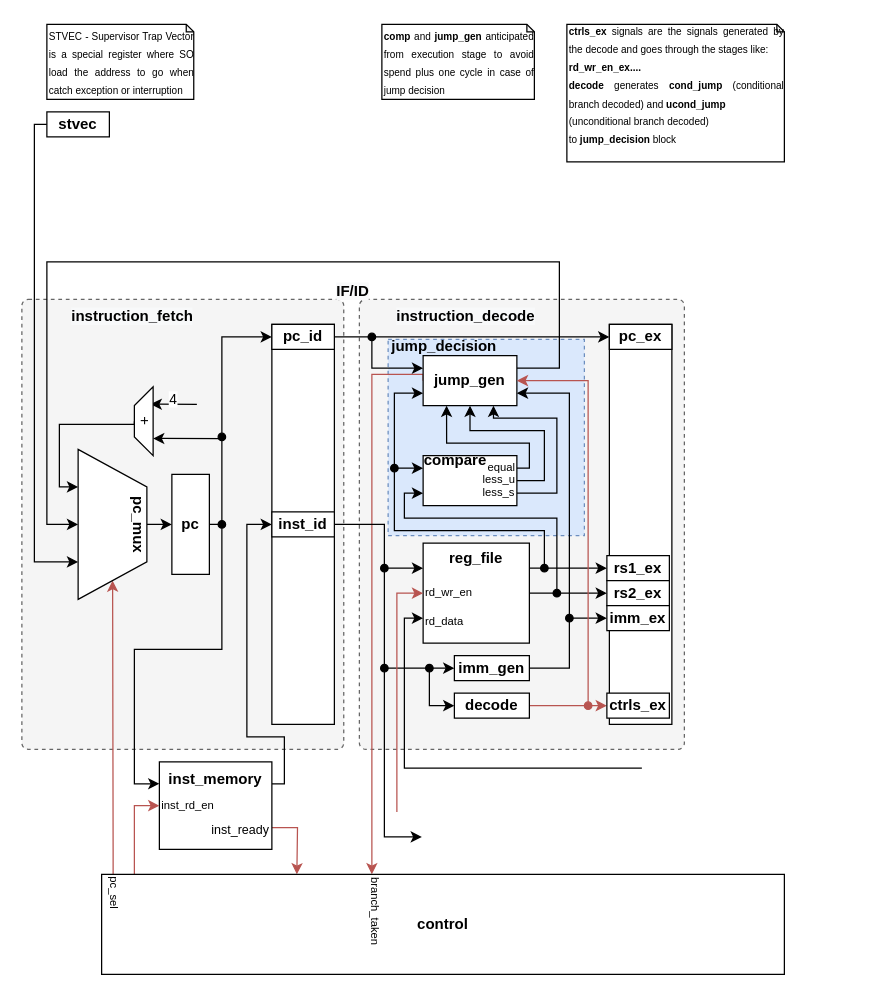
Earlier version of the draw.io diagram doc/figs/architecture.drawio (nelsonafn/riscv-small). Source tidied: cells renumbered, new cells numbered last; positions are measured from the earlier drawing's top-left corner, leaving out a move shared by most shapes. Both pictures are drawn from the tidied source at 125%, with x=0, y=0 at pixel (21, 24).
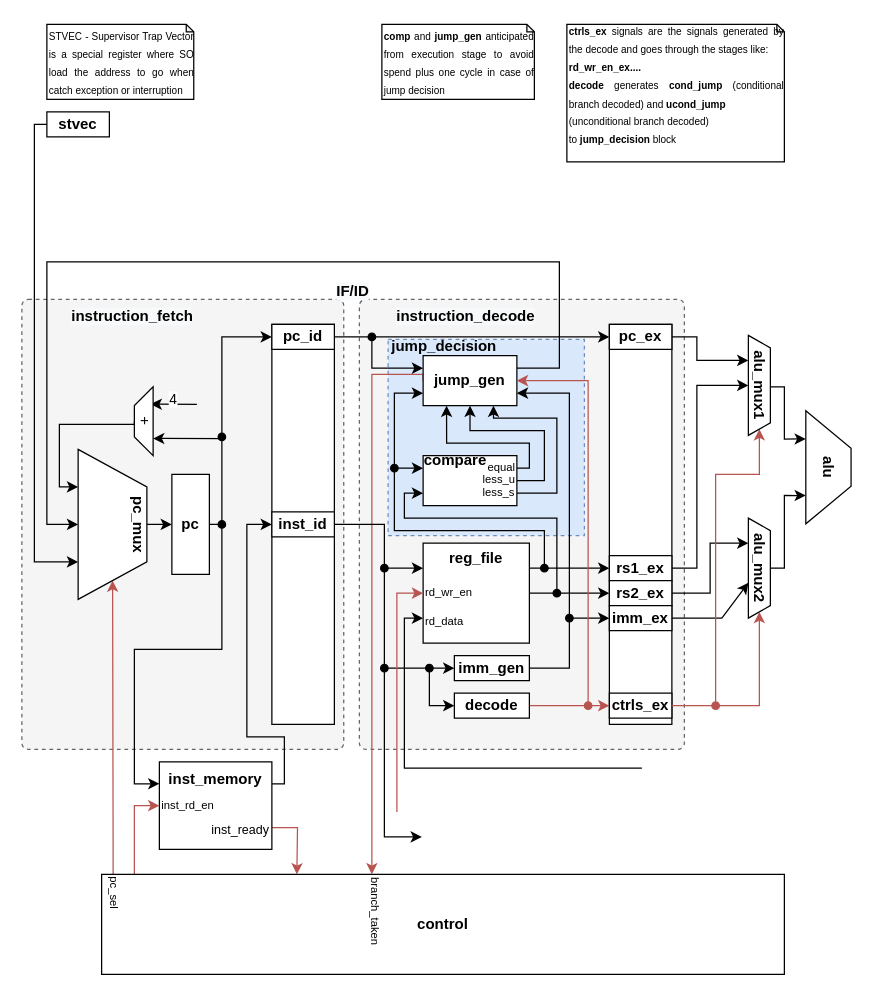
After the change.

Unchanged cells that the change refers to:
```xml
<mxCell id="59" value="&lt;b&gt;pc_ex&lt;br&gt;&lt;/b&gt;" style="rounded=0;whiteSpace=wrap;html=1;arcSize=16;" parent="1" vertex="1">
  <mxGeometry x="470" y="240" width="50" height="20" as="geometry" />
</mxCell>
```

Change to the diagram source:
```diff
@@
+    <mxCell id="75" style="edgeStyle=orthogonalEdgeStyle;rounded=0;jettySize=auto;html=1;exitX=1;exitY=0.5;exitDx=0;exitDy=0;entryX=0.5;entryY=1;entryDx=0;entryDy=0;" parent="1" edge="1" source="53" target="85">
+      <mxGeometry relative="1" as="geometry">
+        <Array as="points">
+          <mxPoint x="540" y="435" />
+          <mxPoint x="540" y="289" />
+          <mxPoint x="581" y="289" />
+        </Array>
+      </mxGeometry>
+    </mxCell>
     <mxCell id="53" value="&lt;b&gt;rs1_ex&lt;br&gt;&lt;/b&gt;" style="rounded=0;whiteSpace=wrap;html=1;arcSize=16;" parent="1" vertex="1">
-      <mxGeometry x="468" y="425" width="50" height="20" as="geometry" />
+      <mxGeometry x="470" y="425" width="50" height="20" as="geometry" />
     </mxCell>
+    <mxCell id="76" style="edgeStyle=orthogonalEdgeStyle;rounded=0;jettySize=auto;html=1;exitX=1;exitY=0.5;exitDx=0;exitDy=0;entryX=0.25;entryY=1;entryDx=0;entryDy=0;" parent="1" edge="1" source="54" target="81">
+      <mxGeometry relative="1" as="geometry" />
+    </mxCell>
     <mxCell id="54" value="&lt;b&gt;rs2_ex&lt;br&gt;&lt;/b&gt;" style="rounded=0;whiteSpace=wrap;html=1;arcSize=16;" parent="1" vertex="1">
-      <mxGeometry x="468" y="445" width="50" height="20" as="geometry" />
+      <mxGeometry x="470" y="445" width="50" height="20" as="geometry" />
     </mxCell>
+    <mxCell id="77" style="edgeStyle=orthogonalEdgeStyle;rounded=0;jettySize=auto;html=1;exitX=1;exitY=0.5;exitDx=0;exitDy=0;" parent="1" edge="1" source="55" target="81">
+      <mxGeometry relative="1" as="geometry">
+        <Array as="points">
+          <mxPoint x="560" y="475" />
+          <mxPoint x="560" y="435" />
+        </Array>
+      </mxGeometry>
+    </mxCell>
     <mxCell id="55" value="&lt;b&gt;imm_ex&lt;br&gt;&lt;/b&gt;" style="rounded=0;whiteSpace=wrap;html=1;arcSize=16;" parent="1" vertex="1">
-      <mxGeometry x="468" y="465" width="50" height="20" as="geometry" />
+      <mxGeometry x="470" y="465" width="50" height="20" as="geometry" />
     </mxCell>
@@
+    <mxCell id="78" style="edgeStyle=orthogonalEdgeStyle;rounded=0;jettySize=auto;html=1;exitX=1;exitY=0.5;exitDx=0;exitDy=0;entryX=0.25;entryY=1;entryDx=0;entryDy=0;" parent="1" edge="1" source="59" target="85">
+      <mxGeometry relative="1" as="geometry">
+        <Array as="points">
+          <mxPoint x="540" y="250" />
+          <mxPoint x="540" y="269" />
+          <mxPoint x="581" y="269" />
+        </Array>
+      </mxGeometry>
+    </mxCell>
@@
     <mxCell id="69" value="&lt;b&gt;ctrls_ex&lt;br&gt;&lt;/b&gt;" style="rounded=0;whiteSpace=wrap;html=1;arcSize=16;" parent="1" vertex="1">
-      <mxGeometry x="468" y="535" width="50" height="20" as="geometry" />
+      <mxGeometry x="470" y="535" width="50" height="20" as="geometry" />
     </mxCell>
@@
+    <mxCell id="79" style="edgeStyle=orthogonalEdgeStyle;rounded=0;jettySize=auto;html=1;entryX=0.25;entryY=1;entryDx=0;entryDy=0;exitX=0.5;exitY=0;exitDx=0;exitDy=0;" parent="1" edge="1" source="85" target="82">
+      <mxGeometry relative="1" as="geometry">
+        <Array as="points">
+          <mxPoint x="599" y="290" />
+          <mxPoint x="610" y="290" />
+          <mxPoint x="610" y="332" />
+        </Array>
+      </mxGeometry>
+    </mxCell>
+    <mxCell id="80" style="edgeStyle=orthogonalEdgeStyle;rounded=0;jettySize=auto;html=1;exitX=0.5;exitY=0;exitDx=0;exitDy=0;entryX=0.75;entryY=1;entryDx=0;entryDy=0;" parent="1" edge="1" source="81" target="82">
+      <mxGeometry relative="1" as="geometry">
+        <Array as="points">
+          <mxPoint x="610" y="435" />
+          <mxPoint x="610" y="377" />
+        </Array>
+      </mxGeometry>
+    </mxCell>
+    <mxCell id="81" value="&lt;b&gt;alu_mux2&lt;/b&gt;" style="shape=trapezoid;perimeter=trapezoidPerimeter;whiteSpace=wrap;html=1;fixedSize=1;rotation=90;size=10;" parent="1" vertex="1">
+      <mxGeometry x="550" y="426.2" width="80" height="17.6" as="geometry" />
+    </mxCell>
+    <mxCell id="82" value="&lt;b&gt;alu&lt;/b&gt;" style="shape=trapezoid;perimeter=trapezoidPerimeter;whiteSpace=wrap;html=1;fixedSize=1;rotation=90;size=30;" parent="1" vertex="1">
+      <mxGeometry x="600" y="336.2" width="90.5" height="36.2" as="geometry" />
+    </mxCell>
+    <mxCell id="83" style="edgeStyle=orthogonalEdgeStyle;rounded=0;jettySize=auto;html=1;exitX=1;exitY=0.5;exitDx=0;exitDy=0;entryX=1;entryY=0.5;entryDx=0;entryDy=0;fillColor=#f8cecc;strokeColor=#b85450;" parent="1" edge="1" source="69" target="81">
+      <mxGeometry relative="1" as="geometry" />
+    </mxCell>
+    <mxCell id="84" style="edgeStyle=orthogonalEdgeStyle;rounded=0;jettySize=auto;html=1;fillColor=#f8cecc;strokeColor=#b85450;startArrow=oval;startFill=1;entryX=1;entryY=0.5;entryDx=0;entryDy=0;" parent="1" edge="1" target="85">
+      <mxGeometry relative="1" as="geometry">
+        <mxPoint x="555" y="545" as="sourcePoint" />
+        <Array as="points">
+          <mxPoint x="555" y="360" />
+          <mxPoint x="590" y="360" />
+        </Array>
+      </mxGeometry>
+    </mxCell>
+    <mxCell id="85" value="&lt;b&gt;alu_mux1&lt;/b&gt;" style="shape=trapezoid;perimeter=trapezoidPerimeter;whiteSpace=wrap;html=1;fixedSize=1;rotation=90;size=10;" parent="1" vertex="1">
+      <mxGeometry x="550" y="280" width="80" height="17.6" as="geometry" />
+    </mxCell>
```
